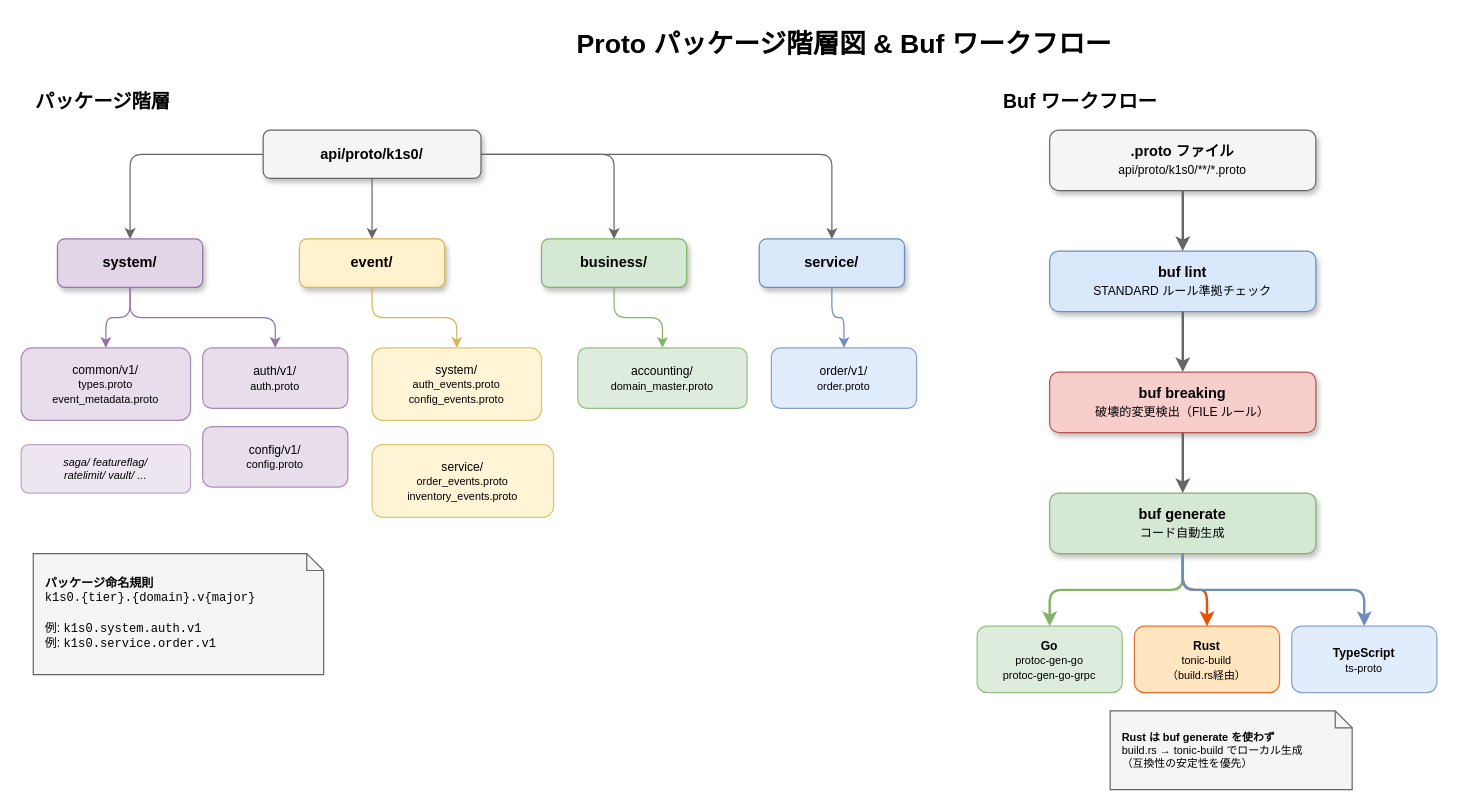
The draw.io diagram docs/architecture/api/images/proto-package-hierarchy.drawio in RyuheiKiso/k1s0, before the edit. Source tidied: cells renumbered, new cells numbered last; positions are measured from the earlier drawing's top-left corner, leaving out a move shared by most shapes. Both pictures are drawn from the tidied source at 121%, with x=0, y=0 at pixel (21, 21).
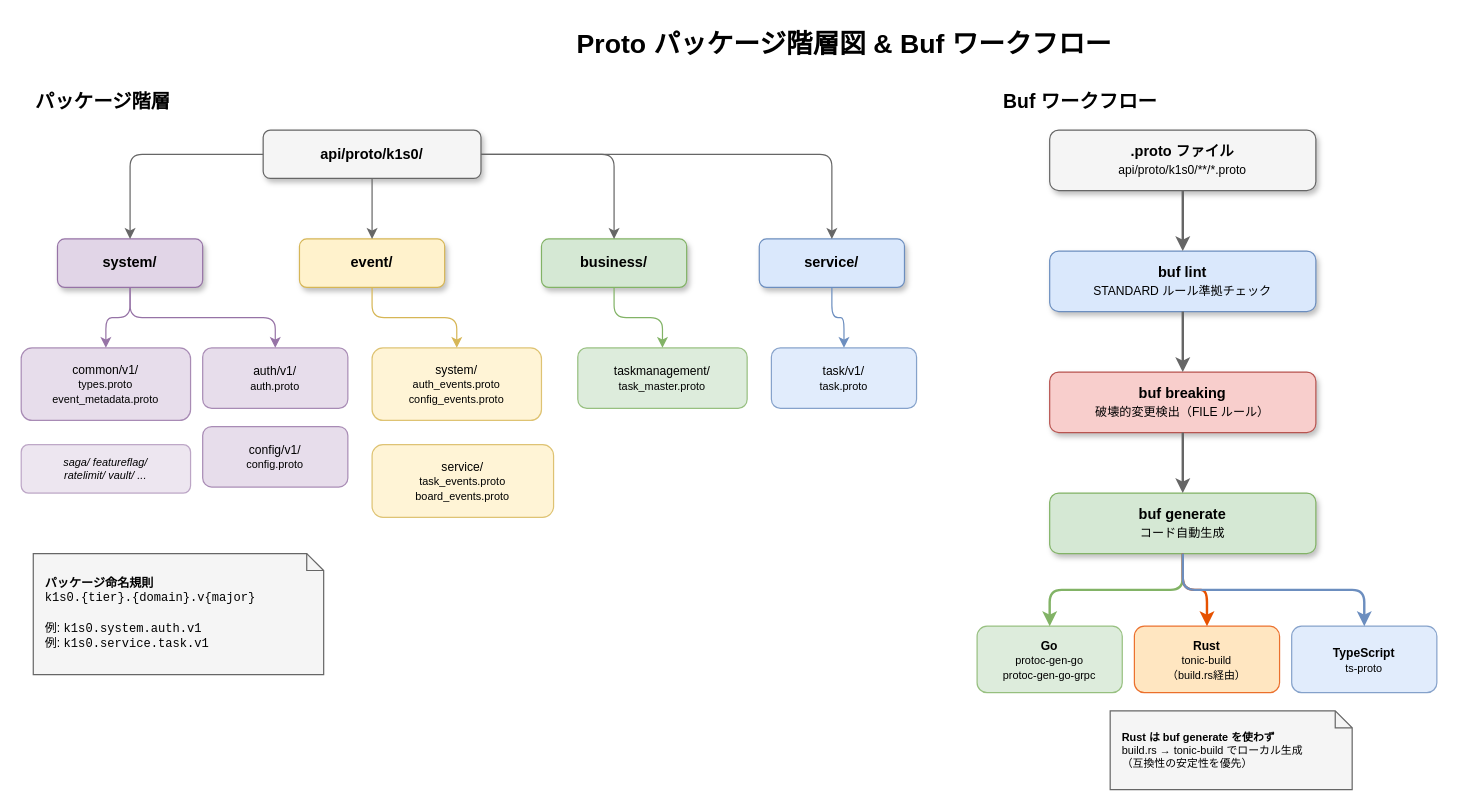
The same page after the edit.

What changed in the source:
```diff
@@
-    <mxCell id="17" value="service/&lt;br&gt;&lt;font style=&quot;font-size:9px&quot;&gt;order_events.proto&lt;br&gt;inventory_events.proto&lt;/font&gt;" style="rounded=1;whiteSpace=wrap;html=1;fontSize=10;fillColor=#FFF2CC;strokeColor=#D6B656;opacity=80;" parent="1" vertex="1">
+    <mxCell id="17" value="service/&lt;br&gt;&lt;font style=&quot;font-size:9px&quot;&gt;task_events.proto&lt;br&gt;board_events.proto&lt;/font&gt;" style="rounded=1;whiteSpace=wrap;html=1;fontSize=10;fillColor=#FFF2CC;strokeColor=#D6B656;opacity=80;" parent="1" vertex="1">
       <mxGeometry x="290" y="350" width="150" height="60" as="geometry" />
     </mxCell>
@@
-    <mxCell id="20" value="accounting/&lt;br&gt;&lt;font style=&quot;font-size:9px&quot;&gt;domain_master.proto&lt;/font&gt;" style="rounded=1;whiteSpace=wrap;html=1;fontSize=10;fillColor=#D5E8D4;strokeColor=#82B366;opacity=80;" parent="1" vertex="1">
+    <mxCell id="20" value="taskmanagement/&lt;br&gt;&lt;font style=&quot;font-size:9px&quot;&gt;task_master.proto&lt;/font&gt;" style="rounded=1;whiteSpace=wrap;html=1;fontSize=10;fillColor=#D5E8D4;strokeColor=#82B366;opacity=80;" parent="1" vertex="1">
       <mxGeometry x="460" y="270" width="140" height="50" as="geometry" />
     </mxCell>
@@
-    <mxCell id="24" value="order/v1/&lt;br&gt;&lt;font style=&quot;font-size:9px&quot;&gt;order.proto&lt;/font&gt;" style="rounded=1;whiteSpace=wrap;html=1;fontSize=10;fillColor=#DAE8FC;strokeColor=#6C8EBF;opacity=80;" parent="1" vertex="1">
+    <mxCell id="24" value="task/v1/&lt;br&gt;&lt;font style=&quot;font-size:9px&quot;&gt;task.proto&lt;/font&gt;" style="rounded=1;whiteSpace=wrap;html=1;fontSize=10;fillColor=#DAE8FC;strokeColor=#6C8EBF;opacity=80;" parent="1" vertex="1">
       <mxGeometry x="620" y="270" width="120" height="50" as="geometry" />
     </mxCell>
@@
-    <mxCell id="26" value="&lt;font style=&quot;font-size:10px&quot;&gt;&lt;b&gt;パッケージ命名規則&lt;/b&gt;&lt;br&gt;&lt;code&gt;k1s0.{tier}.{domain}.v{major}&lt;/code&gt;&lt;br&gt;&lt;br&gt;例: &lt;code&gt;k1s0.system.auth.v1&lt;/code&gt;&lt;br&gt;例: &lt;code&gt;k1s0.service.order.v1&lt;/code&gt;&lt;/font&gt;" style="shape=note;whiteSpace=wrap;html=1;size=14;fillColor=#F5F5F5;strokeColor=#666666;fontSize=10;align=left;spacingLeft=8;" parent="1" vertex="1">
+    <mxCell id="26" value="&lt;font style=&quot;font-size:10px&quot;&gt;&lt;b&gt;パッケージ命名規則&lt;/b&gt;&lt;br&gt;&lt;code&gt;k1s0.{tier}.{domain}.v{major}&lt;/code&gt;&lt;br&gt;&lt;br&gt;例: &lt;code&gt;k1s0.system.auth.v1&lt;/code&gt;&lt;br&gt;例: &lt;code&gt;k1s0.service.task.v1&lt;/code&gt;&lt;/font&gt;" style="shape=note;whiteSpace=wrap;html=1;size=14;fillColor=#F5F5F5;strokeColor=#666666;fontSize=10;align=left;spacingLeft=8;" parent="1" vertex="1">
       <mxGeometry x="10" y="440" width="240" height="100" as="geometry" />
     </mxCell>
```
